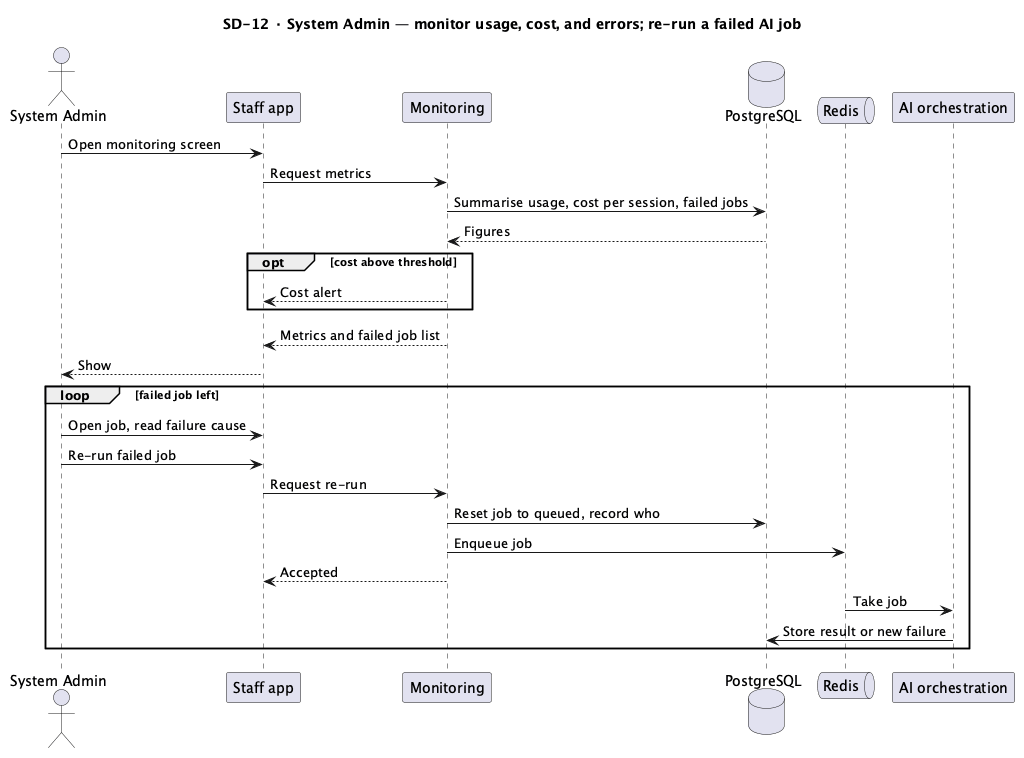
Above: reports/master/figures/SD-12_SystemAdmin_MonitorAndRerun.png in The-Golden-Trio/Capstone-Project (PlantUML), before the change. Source of this version:
```plantuml
@startuml SD-12_SystemAdmin_MonitorAndRerun
!pragma layout smetana
title SD-12 · System Admin — monitor usage, cost, and errors; re-run a failed AI job

actor "System Admin" as Adm
participant "Staff app" as App
participant "Monitoring" as Mon
database "PostgreSQL" as DB
queue "Redis" as R
participant "AI orchestration" as AI

Adm -> App : Open monitoring screen
App -> Mon : Request metrics
Mon -> DB : Summarise usage, cost per session, failed jobs
DB --> Mon : Figures
opt cost above threshold
  Mon --> App : Cost alert
end
Mon --> App : Metrics and failed job list
App --> Adm : Show

loop failed job left
  Adm -> App : Open job, read failure cause
  Adm -> App : Re-run failed job
  App -> Mon : Request re-run
  Mon -> DB : Reset job to queued, record who
  Mon -> R : Enqueue job
  Mon --> App : Accepted
  R -> AI : Take job
  AI -> DB : Store result or new failure
end
@enduml
```
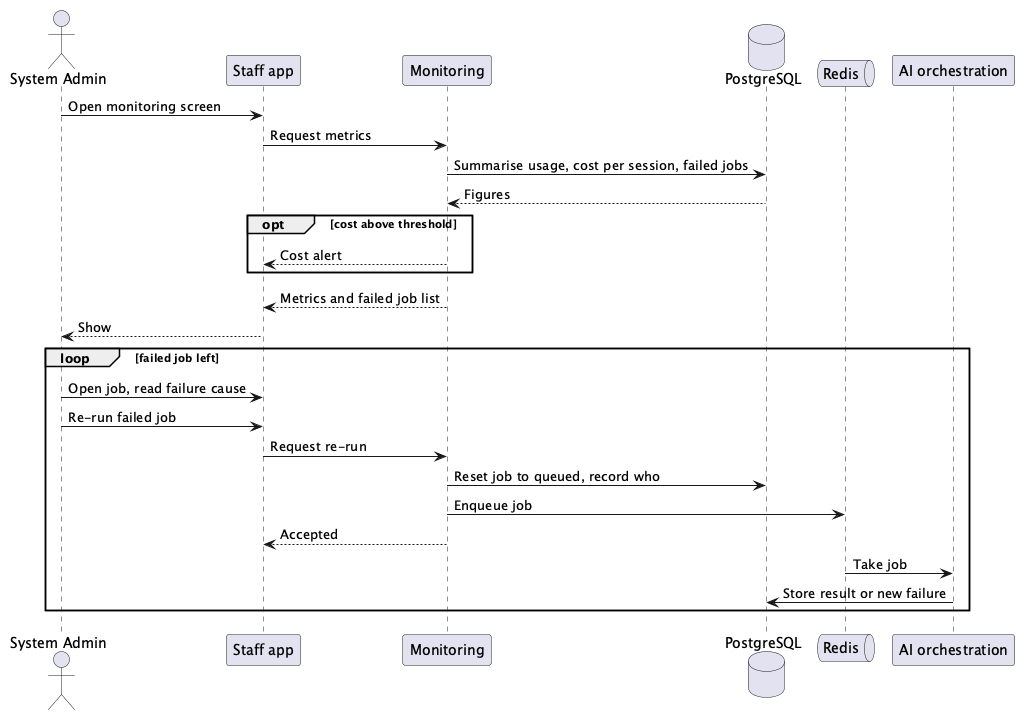
The same file after the commit.

Diff of the diagram source:
```diff
@@ -1,6 +1,4 @@
 @startuml SD-12_SystemAdmin_MonitorAndRerun
-!pragma layout smetana
-title SD-12 · System Admin — monitor usage, cost, and errors; re-run a failed AI job
 
 actor "System Admin" as Adm
 participant "Staff app" as App
```
